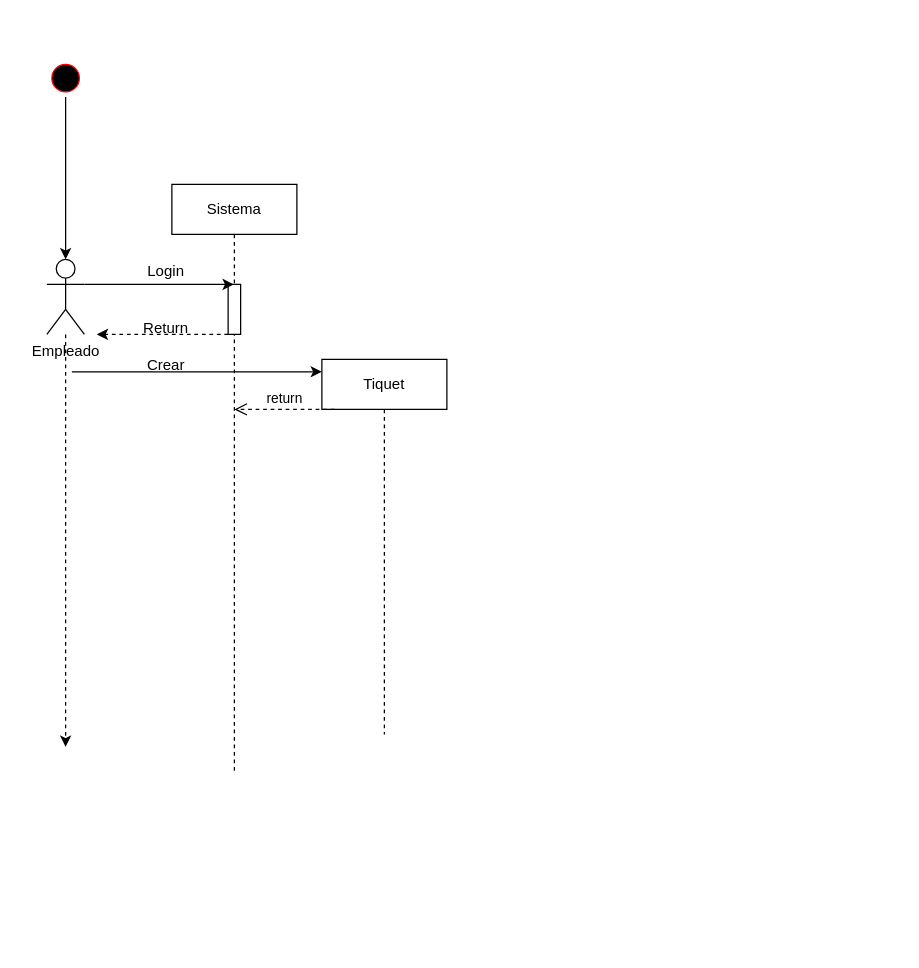
Before: Diagrama de secuencias.drawio in luquetoon/Ticketing_Alex_Sergi, a draw.io diagram. Source tidied: cells renumbered, new cells numbered last; positions are measured from the earlier drawing's top-left corner, leaving out a move shared by most shapes. Both pictures are drawn from the tidied source at 125%, with x=0, y=0 at pixel (46, 59).
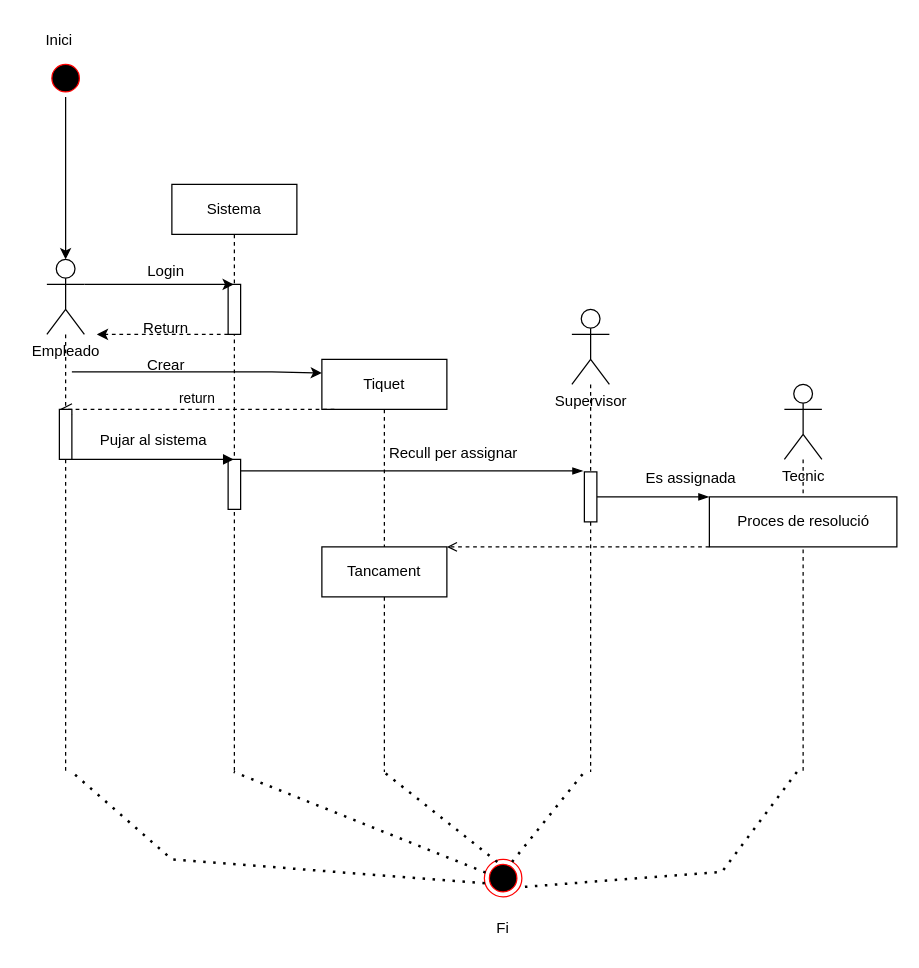
After the change.

Unchanged cells that the change refers to:
```xml
<mxCell id="5" value="Empleado" style="shape=umlActor;verticalLabelPosition=bottom;verticalAlign=top;html=1;" parent="1" vertex="1">
  <mxGeometry y="160" width="30" height="60" as="geometry" />
</mxCell>
<mxCell id="6" value="Sistema" style="shape=umlLifeline;perimeter=lifelinePerimeter;whiteSpace=wrap;html=1;outlineConnect=0;" parent="1" vertex="1">
  <mxGeometry x="100" y="100" width="100" height="470" as="geometry" />
</mxCell>
```

What changed in the source:
```diff
@@
-    <mxCell id="4" style="edgeStyle=orthogonalEdgeStyle;rounded=0;jettySize=auto;html=1;dashed=1;" parent="1" edge="1" source="5">
+    <mxCell id="4" style="edgeStyle=orthogonalEdgeStyle;rounded=0;jettySize=auto;html=1;dashed=1;startArrow=none;endArrow=none;endFill=0;" parent="1" edge="1" source="22">
       <mxGeometry relative="1" as="geometry">
-        <mxPoint x="15" y="550" as="targetPoint" />
+        <mxPoint x="15" y="570" as="targetPoint" />
       </mxGeometry>
     </mxCell>
@@
+    <mxCell id="16" style="html=1;points=[];perimeter=orthogonalPerimeter;" parent="6" vertex="1">
+      <mxGeometry x="45" y="220" width="10" height="40" as="geometry" />
+    </mxCell>
@@
     <mxCell id="12" value="Tiquet" style="shape=umlLifeline;perimeter=lifelinePerimeter;whiteSpace=wrap;html=1;outlineConnect=0;" parent="1" vertex="1">
-      <mxGeometry x="220" y="240" width="100" height="300" as="geometry" />
+      <mxGeometry x="220" y="240" width="100" height="330" as="geometry" />
     </mxCell>
+    <mxCell id="17" value="Tancament" style="rounded=0;whiteSpace=wrap;html=1;" parent="12" vertex="1">
+      <mxGeometry y="150" width="100" height="40" as="geometry" />
+    </mxCell>
+    <mxCell id="18" style="edgeStyle=orthogonalEdgeStyle;rounded=0;jettySize=auto;html=1;entryX=0.5;entryY=1;entryDx=0;entryDy=0;endArrow=none;endFill=0;" parent="12" edge="1" source="12" target="17">
+      <mxGeometry relative="1" as="geometry" />
+    </mxCell>
@@
     <mxCell id="15" value="return" style="html=1;verticalAlign=bottom;endArrow=open;dashed=1;endSize=8;rounded=0;" parent="1" edge="1">
       <mxGeometry relative="1" as="geometry">
         <mxPoint x="230" y="280" as="sourcePoint" />
-        <mxPoint x="150" y="280" as="targetPoint" />
+        <mxPoint x="10" y="280" as="targetPoint" />
       </mxGeometry>
     </mxCell>
+    <mxCell id="19" style="edgeStyle=orthogonalEdgeStyle;rounded=0;jettySize=auto;html=1;endArrow=none;endFill=0;dashed=1;startArrow=none;" parent="1" edge="1" source="27">
+      <mxGeometry relative="1" as="geometry">
+        <mxPoint x="435" y="570" as="targetPoint" />
+      </mxGeometry>
+    </mxCell>
+    <mxCell id="20" value="Supervisor" style="shape=umlActor;verticalLabelPosition=bottom;verticalAlign=top;html=1;" parent="1" vertex="1">
+      <mxGeometry x="420" y="200" width="30" height="60" as="geometry" />
+    </mxCell>
+    <mxCell id="21" style="edgeStyle=orthogonalEdgeStyle;rounded=0;jettySize=auto;html=1;endArrow=block;endFill=1;" parent="1" edge="1" source="22" target="6">
+      <mxGeometry relative="1" as="geometry">
+        <Array as="points">
+          <mxPoint x="80" y="320" />
+          <mxPoint x="80" y="320" />
+        </Array>
+      </mxGeometry>
+    </mxCell>
+    <mxCell id="22" style="html=1;points=[];perimeter=orthogonalPerimeter;" parent="1" vertex="1">
+      <mxGeometry x="10" y="280" width="10" height="40" as="geometry" />
+    </mxCell>
+    <mxCell id="23" style="edgeStyle=orthogonalEdgeStyle;rounded=0;jettySize=auto;html=1;dashed=1;endArrow=none;" parent="1" edge="1" source="5" target="22">
+      <mxGeometry relative="1" as="geometry" />
+    </mxCell>
+    <mxCell id="24" value="Pujar al sistema" style="text;html=1;align=center;verticalAlign=middle;strokeColor=none;fillColor=none;" parent="1" vertex="1">
+      <mxGeometry x="30" y="290" width="110" height="30" as="geometry" />
+    </mxCell>
+    <mxCell id="25" style="edgeStyle=orthogonalEdgeStyle;rounded=0;jettySize=auto;html=1;endArrow=blockThin;endFill=1;entryX=-0.11;entryY=-0.019;entryDx=0;entryDy=0;entryPerimeter=0;" parent="1" edge="1" source="16" target="27">
+      <mxGeometry relative="1" as="geometry">
+        <Array as="points">
+          <mxPoint x="429" y="330" />
+        </Array>
+      </mxGeometry>
+    </mxCell>
+    <mxCell id="26" style="edgeStyle=orthogonalEdgeStyle;rounded=0;jettySize=auto;html=1;endArrow=blockThin;endFill=1;entryX=-0.002;entryY=0;entryDx=0;entryDy=0;entryPerimeter=0;" parent="1" edge="1" source="27" target="33">
+      <mxGeometry relative="1" as="geometry">
+        <Array as="points">
+          <mxPoint x="520" y="350" />
+          <mxPoint x="520" y="350" />
+        </Array>
+      </mxGeometry>
+    </mxCell>
+    <mxCell id="27" style="html=1;points=[];perimeter=orthogonalPerimeter;" parent="1" vertex="1">
+      <mxGeometry x="430" y="330" width="10" height="40" as="geometry" />
+    </mxCell>
+    <mxCell id="28" style="edgeStyle=orthogonalEdgeStyle;rounded=0;jettySize=auto;html=1;endArrow=none;endFill=0;dashed=1;" parent="1" edge="1" source="20" target="27">
+      <mxGeometry relative="1" as="geometry" />
+    </mxCell>
+    <mxCell id="29" value="Recull per assignar" style="text;html=1;align=center;verticalAlign=middle;strokeColor=none;fillColor=none;" parent="1" vertex="1">
+      <mxGeometry x="260" y="300" width="130" height="30" as="geometry" />
+    </mxCell>
+    <mxCell id="30" style="edgeStyle=orthogonalEdgeStyle;rounded=0;jettySize=auto;html=1;endArrow=none;endFill=0;dashed=1;" parent="1" edge="1" source="31">
+      <mxGeometry relative="1" as="geometry">
+        <mxPoint x="605" y="570" as="targetPoint" />
+      </mxGeometry>
+    </mxCell>
+    <mxCell id="31" value="Tecnic&lt;br&gt;" style="shape=umlActor;verticalLabelPosition=bottom;verticalAlign=top;html=1;" parent="1" vertex="1">
+      <mxGeometry x="590" y="260" width="30" height="60" as="geometry" />
+    </mxCell>
+    <mxCell id="32" style="edgeStyle=orthogonalEdgeStyle;rounded=0;jettySize=auto;html=1;entryX=1;entryY=0;entryDx=0;entryDy=0;endArrow=open;endFill=0;dashed=1;" parent="1" edge="1" source="33" target="17">
+      <mxGeometry relative="1" as="geometry">
+        <Array as="points">
+          <mxPoint x="320" y="390" />
+        </Array>
+      </mxGeometry>
+    </mxCell>
+    <mxCell id="33" value="Proces de resolució" style="html=1;points=[];perimeter=orthogonalPerimeter;" parent="1" vertex="1">
+      <mxGeometry x="530" y="350" width="150" height="40" as="geometry" />
+    </mxCell>
+    <mxCell id="34" value="Es assignada" style="text;html=1;align=center;verticalAlign=middle;strokeColor=none;fillColor=none;" parent="1" vertex="1">
+      <mxGeometry x="465" y="320" width="100" height="30" as="geometry" />
+    </mxCell>
+    <mxCell id="35" style="ellipse;html=1;shape=endState;fillColor=#000000;strokeColor=#ff0000;" parent="1" vertex="1">
+      <mxGeometry x="350" y="640" width="30" height="30" as="geometry" />
+    </mxCell>
+    <mxCell id="36" style="endArrow=none;dashed=1;html=1;dashPattern=1 3;strokeWidth=2;rounded=0;exitX=1.081;exitY=0.733;exitDx=0;exitDy=0;exitPerimeter=0;" parent="1" edge="1" source="35">
+      <mxGeometry relative="1" as="geometry">
+        <mxPoint x="600" y="570" as="targetPoint" />
+        <Array as="points">
+          <mxPoint x="540" y="650" />
+        </Array>
+      </mxGeometry>
+    </mxCell>
+    <mxCell id="37" style="endArrow=none;dashed=1;html=1;dashPattern=1 3;strokeWidth=2;rounded=0;exitX=0.738;exitY=0.067;exitDx=0;exitDy=0;exitPerimeter=0;" parent="1" edge="1" source="35">
+      <mxGeometry relative="1" as="geometry">
+        <mxPoint x="430" y="570" as="targetPoint" />
+      </mxGeometry>
+    </mxCell>
+    <mxCell id="38" style="endArrow=none;dashed=1;html=1;dashPattern=1 3;strokeWidth=2;rounded=0;exitX=0.346;exitY=0.069;exitDx=0;exitDy=0;exitPerimeter=0;" parent="1" edge="1" source="35" target="12">
+      <mxGeometry relative="1" as="geometry" />
+    </mxCell>
+    <mxCell id="39" style="endArrow=none;dashed=1;html=1;dashPattern=1 3;strokeWidth=2;rounded=0;exitX=0.033;exitY=0.352;exitDx=0;exitDy=0;exitPerimeter=0;" parent="1" edge="1" source="35" target="6">
+      <mxGeometry relative="1" as="geometry" />
+    </mxCell>
+    <mxCell id="40" style="endArrow=none;dashed=1;html=1;dashPattern=1 3;strokeWidth=2;rounded=0;exitX=0.014;exitY=0.638;exitDx=0;exitDy=0;exitPerimeter=0;" parent="1" edge="1" source="35">
+      <mxGeometry relative="1" as="geometry">
+        <mxPoint x="20" y="570" as="targetPoint" />
+        <Array as="points">
+          <mxPoint x="100" y="640" />
+        </Array>
+      </mxGeometry>
+    </mxCell>
+    <mxCell id="41" value="Inici" style="text;html=1;strokeColor=none;fillColor=none;align=center;verticalAlign=middle;whiteSpace=wrap;rounded=0;" parent="1" vertex="1">
+      <mxGeometry x="-20" y="-30" width="60" height="30" as="geometry" />
+    </mxCell>
+    <mxCell id="42" value="Fi" style="text;html=1;strokeColor=none;fillColor=none;align=center;verticalAlign=middle;whiteSpace=wrap;rounded=0;" parent="1" vertex="1">
+      <mxGeometry x="335" y="680" width="60" height="30" as="geometry" />
+    </mxCell>
```
